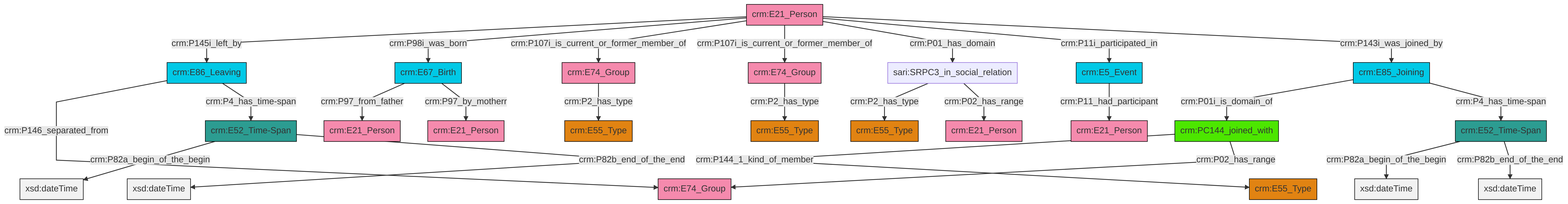
The Mermaid diagram et/personCSV/ttl/mmd/png/Person_Actor_Relations.png in swiss-art-research-net/reference-data-models, before a commit. Its source is kept beside it as et/personCSV/ttl/mmd/Person_Actor_Relations.ttl.mmd.
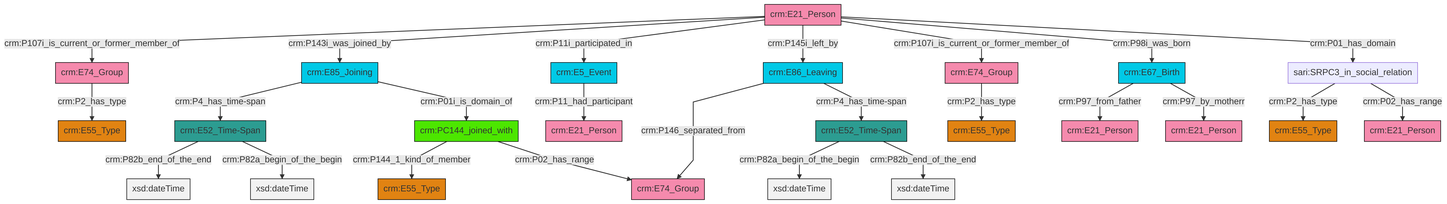
After the commit.

The edit, as a diff of the source:
```diff
@@ -13,27 +13,27 @@
 classDef PC_Classes fill:#4ce600, stroke:#000000;
 classDef Multi fill:#cccccc,stroke:#000000;
 
-4["crm:E21_Person"]:::Actor -->|crm:P145i_left_by| 5["crm:E86_Leaving"]:::Temporal_Entity
-6["crm:E52_Time-Span"]:::Time-Span -->|crm:P82a_begin_of_the_begin| 7[xsd:dateTime]:::Literal
-13["sari:SRPC3_in_social_relation"]:::Default -->|crm:P2_has_type| 9["crm:E55_Type"]:::Type
-11["crm:PC144_joined_with"]:::PC_Classes -->|crm:P144_1_kind_of_member| 0["crm:E55_Type"]:::Type
-4["crm:E21_Person"]:::Actor -->|crm:P98i_was_born| 14["crm:E67_Birth"]:::Temporal_Entity
-15["crm:E74_Group"]:::Actor -->|crm:P2_has_type| 16["crm:E55_Type"]:::Type
-20["crm:E85_Joining"]:::Temporal_Entity -->|crm:P01i_is_domain_of| 11["crm:PC144_joined_with"]:::PC_Classes
-6["crm:E52_Time-Span"]:::Time-Span -->|crm:P82b_end_of_the_end| 24[xsd:dateTime]:::Literal
-26["crm:E5_Event"]:::Temporal_Entity -->|crm:P11_had_participant| 2["crm:E21_Person"]:::Actor
-20["crm:E85_Joining"]:::Temporal_Entity -->|crm:P4_has_time-span| 27["crm:E52_Time-Span"]:::Time-Span
-27["crm:E52_Time-Span"]:::Time-Span -->|crm:P82a_begin_of_the_begin| 29[xsd:dateTime]:::Literal
-4["crm:E21_Person"]:::Actor -->|crm:P107i_is_current_or_former_member_of| 15["crm:E74_Group"]:::Actor
-11["crm:PC144_joined_with"]:::PC_Classes -->|crm:P02_has_range| 33["crm:E74_Group"]:::Actor
-4["crm:E21_Person"]:::Actor -->|crm:P107i_is_current_or_former_member_of| 36["crm:E74_Group"]:::Actor
-13["sari:SRPC3_in_social_relation"]:::Default -->|crm:P02_has_range| 38["crm:E21_Person"]:::Actor
-14["crm:E67_Birth"]:::Temporal_Entity -->|crm:P97_from_father| 30["crm:E21_Person"]:::Actor
-4["crm:E21_Person"]:::Actor -->|crm:P01_has_domain| 13["sari:SRPC3_in_social_relation"]:::Default
-14["crm:E67_Birth"]:::Temporal_Entity -->|crm:P97_by_motherr| 18["crm:E21_Person"]:::Actor
-5["crm:E86_Leaving"]:::Temporal_Entity -->|crm:P146_separated_from| 33["crm:E74_Group"]:::Actor
-4["crm:E21_Person"]:::Actor -->|crm:P11i_participated_in| 26["crm:E5_Event"]:::Temporal_Entity
-36["crm:E74_Group"]:::Actor -->|crm:P2_has_type| 22["crm:E55_Type"]:::Type
-27["crm:E52_Time-Span"]:::Time-Span -->|crm:P82b_end_of_the_end| 43[xsd:dateTime]:::Literal
-5["crm:E86_Leaving"]:::Temporal_Entity -->|crm:P4_has_time-span| 6["crm:E52_Time-Span"]:::Time-Span
-4["crm:E21_Person"]:::Actor -->|crm:P143i_was_joined_by| 20["crm:E85_Joining"]:::Temporal_Entity
+0["crm:E86_Leaving"]:::Temporal_Entity -->|crm:P146_separated_from| 1["crm:E74_Group"]:::Actor
+4["crm:PC144_joined_with"]:::PC_Classes -->|crm:P144_1_kind_of_member| 5["crm:E55_Type"]:::Type
+6["crm:E52_Time-Span"]:::Time-Span -->|crm:P82b_end_of_the_end| 7[xsd:dateTime]:::Literal
+8["crm:E52_Time-Span"]:::Time-Span -->|crm:P82a_begin_of_the_begin| 9[xsd:dateTime]:::Literal
+11["crm:E21_Person"]:::Actor -->|crm:P107i_is_current_or_former_member_of| 12["crm:E74_Group"]:::Actor
+11["crm:E21_Person"]:::Actor -->|crm:P143i_was_joined_by| 17["crm:E85_Joining"]:::Temporal_Entity
+17["crm:E85_Joining"]:::Temporal_Entity -->|crm:P4_has_time-span| 6["crm:E52_Time-Span"]:::Time-Span
+11["crm:E21_Person"]:::Actor -->|crm:P11i_participated_in| 18["crm:E5_Event"]:::Temporal_Entity
+19["crm:E74_Group"]:::Actor -->|crm:P2_has_type| 2["crm:E55_Type"]:::Type
+11["crm:E21_Person"]:::Actor -->|crm:P145i_left_by| 0["crm:E86_Leaving"]:::Temporal_Entity
+4["crm:PC144_joined_with"]:::PC_Classes -->|crm:P02_has_range| 1["crm:E74_Group"]:::Actor
+11["crm:E21_Person"]:::Actor -->|crm:P107i_is_current_or_former_member_of| 19["crm:E74_Group"]:::Actor
+6["crm:E52_Time-Span"]:::Time-Span -->|crm:P82a_begin_of_the_begin| 33[xsd:dateTime]:::Literal
+8["crm:E52_Time-Span"]:::Time-Span -->|crm:P82b_end_of_the_end| 34[xsd:dateTime]:::Literal
+35["sari:SRPC3_in_social_relation"]:::Default -->|crm:P2_has_type| 13["crm:E55_Type"]:::Type
+31["crm:E67_Birth"]:::Temporal_Entity -->|crm:P97_from_father| 25["crm:E21_Person"]:::Actor
+12["crm:E74_Group"]:::Actor -->|crm:P2_has_type| 28["crm:E55_Type"]:::Type
+31["crm:E67_Birth"]:::Temporal_Entity -->|crm:P97_by_motherr| 23["crm:E21_Person"]:::Actor
+11["crm:E21_Person"]:::Actor -->|crm:P98i_was_born| 31["crm:E67_Birth"]:::Temporal_Entity
+17["crm:E85_Joining"]:::Temporal_Entity -->|crm:P01i_is_domain_of| 4["crm:PC144_joined_with"]:::PC_Classes
+11["crm:E21_Person"]:::Actor -->|crm:P01_has_domain| 35["sari:SRPC3_in_social_relation"]:::Default
+35["sari:SRPC3_in_social_relation"]:::Default -->|crm:P02_has_range| 43["crm:E21_Person"]:::Actor
+18["crm:E5_Event"]:::Temporal_Entity -->|crm:P11_had_participant| 40["crm:E21_Person"]:::Actor
+0["crm:E86_Leaving"]:::Temporal_Entity -->|crm:P4_has_time-span| 8["crm:E52_Time-Span"]:::Time-Span
```
